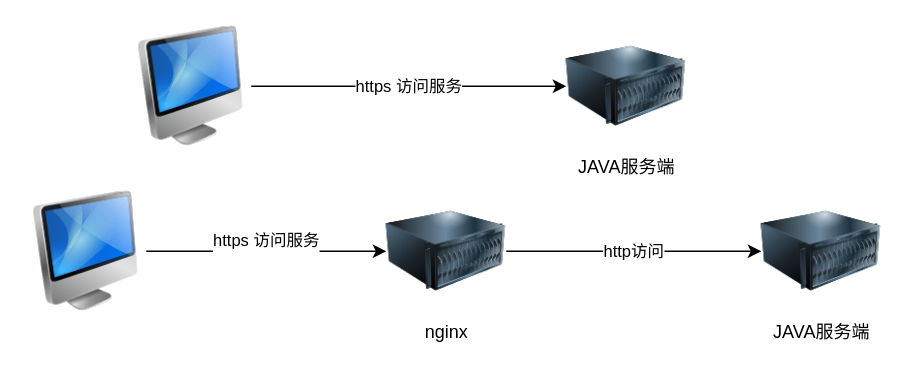
pandaingit/darwio keeps this draw.io diagram as page "https" (2 of 3) of partupload.drawio. Above is the earlier version. Source tidied: cells renumbered, new cells numbered last; positions are measured from the earlier drawing's top-left corner, leaving out a move shared by most shapes. Both pictures are drawn from the tidied source at 150%, with x=0, y=0 at pixel (26, 26).
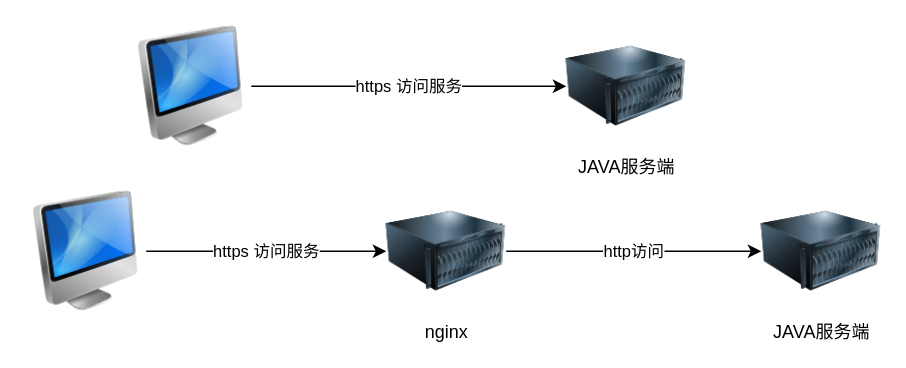
The same diagram, later.

What changed in the source:
```diff
@@
 <mxGraphModel>
   <root>
     <mxCell id="0" />
     <mxCell id="1" parent="0" />
     <mxCell id="2" value="https 访问服务" style="edgeStyle=orthogonalEdgeStyle;rounded=0;jettySize=auto;html=1;" parent="1" edge="1" source="4" target="3">
       <mxGeometry relative="1" as="geometry" />
     </mxCell>
     <mxCell id="3" value="JAVA服务端" style="image;html=1;image=img/lib/clip_art/computers/Server_128x128.png;" parent="1" vertex="1">
       <mxGeometry x="360" width="80" height="80" as="geometry" />
     </mxCell>
     <mxCell id="4" style="image;html=1;image=img/lib/clip_art/computers/iMac_128x128.png;" parent="1" vertex="1">
       <mxGeometry x="70" width="80" height="80" as="geometry" />
     </mxCell>
     <mxCell id="5" value="http访问" style="edgeStyle=orthogonalEdgeStyle;rounded=0;jettySize=auto;html=1;" parent="1" edge="1" source="7" target="6">
       <mxGeometry relative="1" as="geometry" />
     </mxCell>
     <mxCell id="6" value="JAVA服务端" style="image;html=1;image=img/lib/clip_art/computers/Server_128x128.png;" parent="1" vertex="1">
       <mxGeometry x="490" y="110" width="80" height="80" as="geometry" />
     </mxCell>
     <mxCell id="7" value="nginx" style="image;html=1;image=img/lib/clip_art/computers/Server_128x128.png;" parent="1" vertex="1">
       <mxGeometry x="240" y="110" width="80" height="80" as="geometry" />
     </mxCell>
-    <mxCell id="8" value="&#10;&lt;span style=&quot;color: rgb(0, 0, 0); font-family: Helvetica; font-size: 11px; font-style: normal; font-variant-ligatures: normal; font-variant-caps: normal; font-weight: 400; letter-spacing: normal; orphans: 2; text-align: center; text-indent: 0px; text-transform: none; widows: 2; word-spacing: 0px; -webkit-text-stroke-width: 0px; white-space: nowrap; background-color: rgb(255, 255, 255); text-decoration-thickness: initial; text-decoration-style: initial; text-decoration-color: initial; display: inline !important; float: none;&quot;&gt;https 访问服务&lt;/span&gt;&#10;&#10;" style="edgeStyle=orthogonalEdgeStyle;rounded=0;jettySize=auto;html=1;exitX=1;exitY=0.5;exitDx=0;exitDy=0;entryX=0;entryY=0.5;entryDx=0;entryDy=0;" parent="1" edge="1" source="9" target="7">
+    <mxCell id="8" value="&lt;span style=&quot;color: rgb(0, 0, 0); font-family: Helvetica; font-size: 11px; font-style: normal; font-variant-ligatures: normal; font-variant-caps: normal; font-weight: 400; letter-spacing: normal; orphans: 2; text-align: center; text-indent: 0px; text-transform: none; widows: 2; word-spacing: 0px; -webkit-text-stroke-width: 0px; white-space: nowrap; background-color: rgb(255, 255, 255); text-decoration-thickness: initial; text-decoration-style: initial; text-decoration-color: initial; display: inline !important; float: none;&quot;&gt;https 访问服务&lt;/span&gt;" style="edgeStyle=orthogonalEdgeStyle;rounded=0;jettySize=auto;html=1;exitX=1;exitY=0.5;exitDx=0;exitDy=0;entryX=0;entryY=0.5;entryDx=0;entryDy=0;fillColor=none;" parent="1" edge="1" source="9" target="7">
       <mxGeometry relative="1" as="geometry" />
     </mxCell>
     <mxCell id="9" style="image;html=1;image=img/lib/clip_art/computers/iMac_128x128.png;" parent="1" vertex="1">
       <mxGeometry y="110" width="80" height="80" as="geometry" />
     </mxCell>
   </root>
 </mxGraphModel>
```
